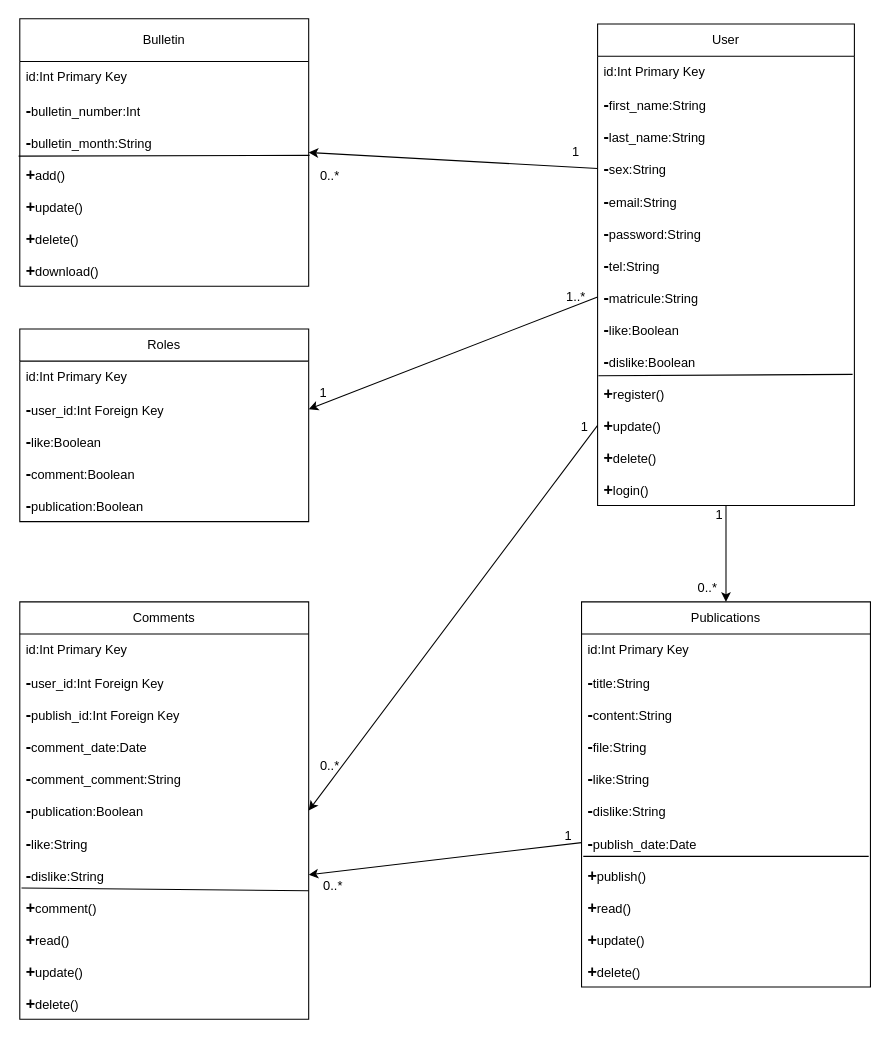
The draw.io diagram Bons/classe.drawio in Ahmadcodingalx/diagrammes, before the edit. Source tidied: cells renumbered, new cells numbered last; positions are measured from the earlier drawing's top-left corner, leaving out a move shared by most shapes. Both pictures are drawn from the tidied source at 107%, with x=0, y=0 at pixel (19, 18).
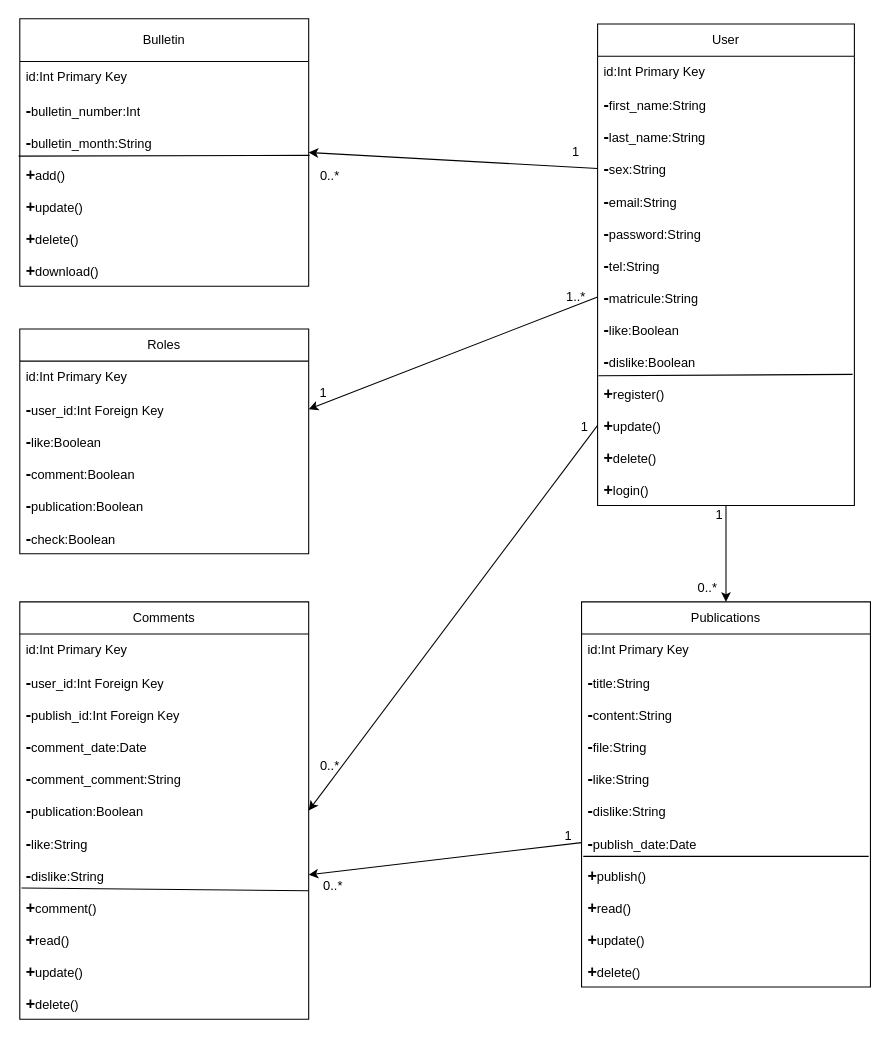
The same page after the edit.

Diff of the diagram source:
```diff
@@
     <mxCell id="46" value="Roles" style="swimlane;fontStyle=0;horizontal=1;startSize=30;whiteSpace=wrap;html=1;" parent="1" vertex="1">
-      <mxGeometry y="290" width="270" height="180" as="geometry" />
+      <mxGeometry y="290" width="270" height="210" as="geometry" />
     </mxCell>
@@
+    <mxCell id="75" value="&lt;b&gt;&lt;font style=&quot;font-size: 15px;&quot;&gt;-&lt;/font&gt;&lt;/b&gt;check:Boolean" style="text;strokeColor=none;fillColor=none;align=left;verticalAlign=middle;spacingLeft=4;spacingRight=4;overflow=hidden;whiteSpace=wrap;html=1;" parent="46" vertex="1">
+      <mxGeometry y="180" width="270" height="30" as="geometry" />
+    </mxCell>
```
